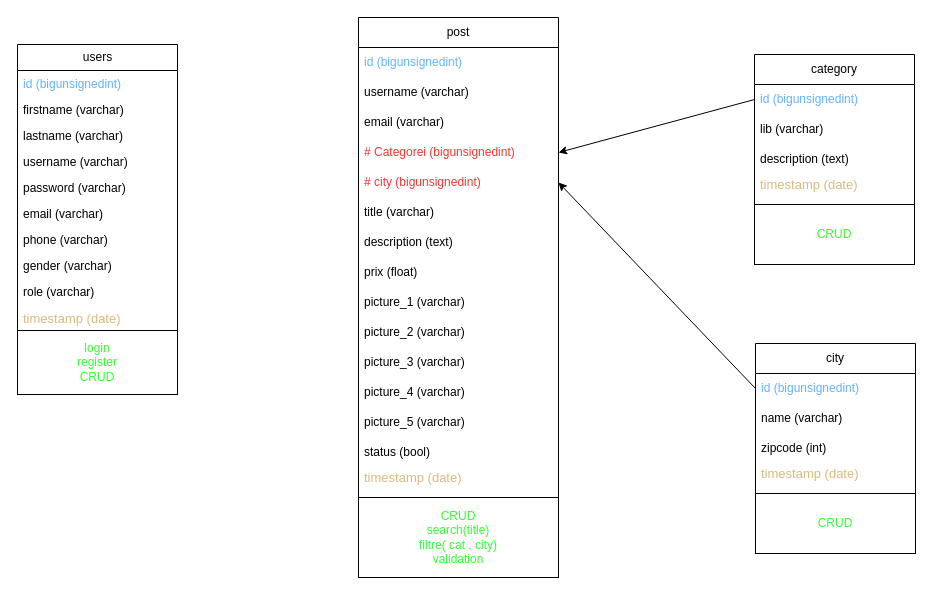
Before: database.drawio in ael-mouz/Quick_Annonce, a draw.io diagram. Source tidied: cells renumbered, new cells numbered last; positions are measured from the earlier drawing's top-left corner, leaving out a move shared by most shapes. Both pictures are drawn from the tidied source at 100%, with x=0, y=0 at pixel (17, 17).
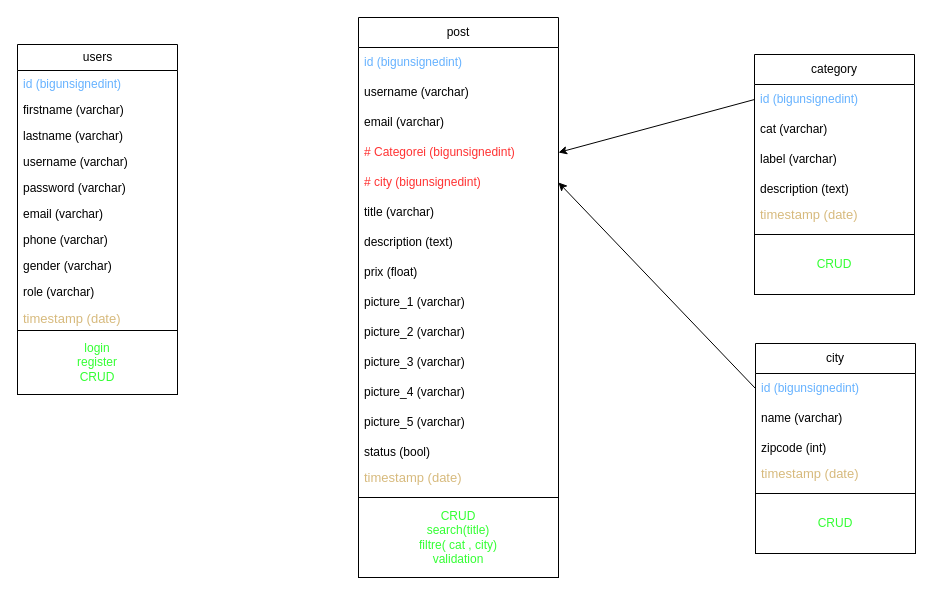
The same page after the edit.

Commit message:
modifie in category table

What changed in the source:
```diff
@@
     <mxCell id="14" value="category" style="swimlane;fontStyle=0;horizontal=1;startSize=30;whiteSpace=wrap;html=1;" parent="1" vertex="1">
-      <mxGeometry x="737" y="37" width="160" height="210" as="geometry" />
+      <mxGeometry x="737" y="37" width="160" height="240" as="geometry" />
     </mxCell>
@@
+    <mxCell id="45" value="cat (varchar)" style="text;strokeColor=none;fillColor=none;align=left;verticalAlign=middle;spacingLeft=4;spacingRight=4;overflow=hidden;whiteSpace=wrap;html=1;" parent="14" vertex="1">
+      <mxGeometry y="60" width="160" height="30" as="geometry" />
+    </mxCell>
-    <mxCell id="16" value="lib (varchar)" style="text;strokeColor=none;fillColor=none;align=left;verticalAlign=middle;spacingLeft=4;spacingRight=4;overflow=hidden;whiteSpace=wrap;html=1;" parent="14" vertex="1">
-      <mxGeometry y="60" width="160" height="30" as="geometry" />
+    <mxCell id="16" value="label (varchar)" style="text;strokeColor=none;fillColor=none;align=left;verticalAlign=middle;spacingLeft=4;spacingRight=4;overflow=hidden;whiteSpace=wrap;html=1;" parent="14" vertex="1">
+      <mxGeometry y="90" width="160" height="30" as="geometry" />
     </mxCell>
     <mxCell id="17" value="description (text)" style="text;strokeColor=none;fillColor=none;align=left;verticalAlign=middle;spacingLeft=4;spacingRight=4;overflow=hidden;whiteSpace=wrap;html=1;" parent="14" vertex="1">
-      <mxGeometry y="90" width="160" height="30" as="geometry" />
+      <mxGeometry y="120" width="160" height="30" as="geometry" />
     </mxCell>
     <mxCell id="18" value="&lt;pre style=&quot;border: 0px; background-color: var(--highlight-bg); margin-top: 0px; margin-bottom: calc(1.5em); padding: var(--su12); font-variant-numeric: inherit; font-variant-east-asian: inherit; font-stretch: inherit; line-height: var(--lh-md); font-family: var(--ff-mono); font-optical-sizing: inherit; font-kerning: inherit; font-feature-settings: inherit; font-variation-settings: inherit; vertical-align: baseline; box-sizing: inherit; width: auto; max-height: 600px; overflow: auto; border-radius: var(--br-md); --_cb-line-numbers-bg: var(--black-050); overflow-wrap: normal;&quot; class=&quot;lang-php s-code-block&quot;&gt;&lt;font color=&quot;#d7ba7d&quot;&gt;&lt;span style=&quot;font-size: 13px;&quot;&gt;timestamp (date)&lt;/span&gt;&lt;/font&gt;&lt;/pre&gt;" style="text;strokeColor=none;fillColor=none;align=left;verticalAlign=middle;spacingLeft=4;spacingRight=4;overflow=hidden;whiteSpace=wrap;html=1;" parent="14" vertex="1">
-      <mxGeometry y="120" width="160" height="30" as="geometry" />
+      <mxGeometry y="150" width="160" height="30" as="geometry" />
     </mxCell>
     <mxCell id="19" value="CRUD" style="rounded=0;whiteSpace=wrap;html=1;labelBackgroundColor=none;fontColor=#33FF33;" parent="14" vertex="1">
-      <mxGeometry y="150" width="160" height="60" as="geometry" />
+      <mxGeometry y="180" width="160" height="60" as="geometry" />
     </mxCell>
```
